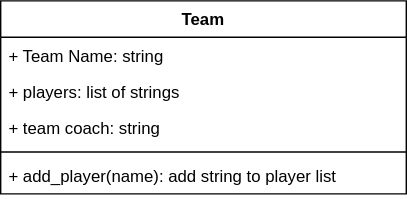
Earlier version of the draw.io export single_class_lab_start_code/team_class/src/team classes.svg (randomlyalex-codeclan/classes_lab). Source tidied: cells renumbered, new cells last; positions are measured from the earlier drawing's top-left corner, leaving out a move shared by most shapes.
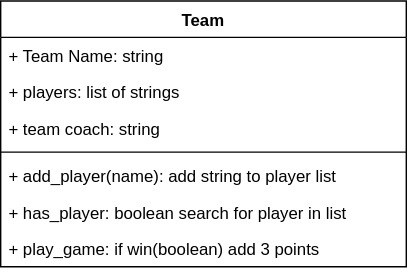
Later version of the same file.

Commit message:
finished team class team classes.svg

The edit, as a diff of the source:
```diff
@@ -3,7 +3,7 @@
     <mxCell id="0" />
     <mxCell id="1" parent="0" />
     <mxCell id="2" value="Team" style="swimlane;fontStyle=1;align=center;verticalAlign=top;horizontal=1;startSize=26;" parent="1" vertex="1">
-      <mxGeometry width="290" height="138" as="geometry" />
+      <mxGeometry width="290" height="190" as="geometry" />
     </mxCell>
     <mxCell id="3" value="+ Team Name: string" style="text;strokeColor=none;fillColor=none;align=left;verticalAlign=top;spacingLeft=4;spacingRight=4;overflow=hidden;" parent="2" vertex="1">
       <mxGeometry y="26" width="290" height="26" as="geometry" />
@@ -20,5 +20,11 @@
     <mxCell id="7" value="+ add_player(name): add string to player list" style="text;strokeColor=none;fillColor=none;align=left;verticalAlign=top;spacingLeft=4;spacingRight=4;overflow=hidden;" parent="2" vertex="1">
       <mxGeometry y="112" width="290" height="26" as="geometry" />
     </mxCell>
+    <mxCell id="8" value="+ has_player: boolean search for player in list" style="text;strokeColor=none;fillColor=none;align=left;verticalAlign=top;spacingLeft=4;spacingRight=4;overflow=hidden;" parent="2" vertex="1">
+      <mxGeometry y="138" width="290" height="26" as="geometry" />
+    </mxCell>
+    <mxCell id="9" value="+ play_game: if win(boolean) add 3 points" style="text;strokeColor=none;fillColor=none;align=left;verticalAlign=top;spacingLeft=4;spacingRight=4;overflow=hidden;" parent="2" vertex="1">
+      <mxGeometry y="164" width="290" height="26" as="geometry" />
+    </mxCell>
   </root>
 </mxGraphModel>
```
